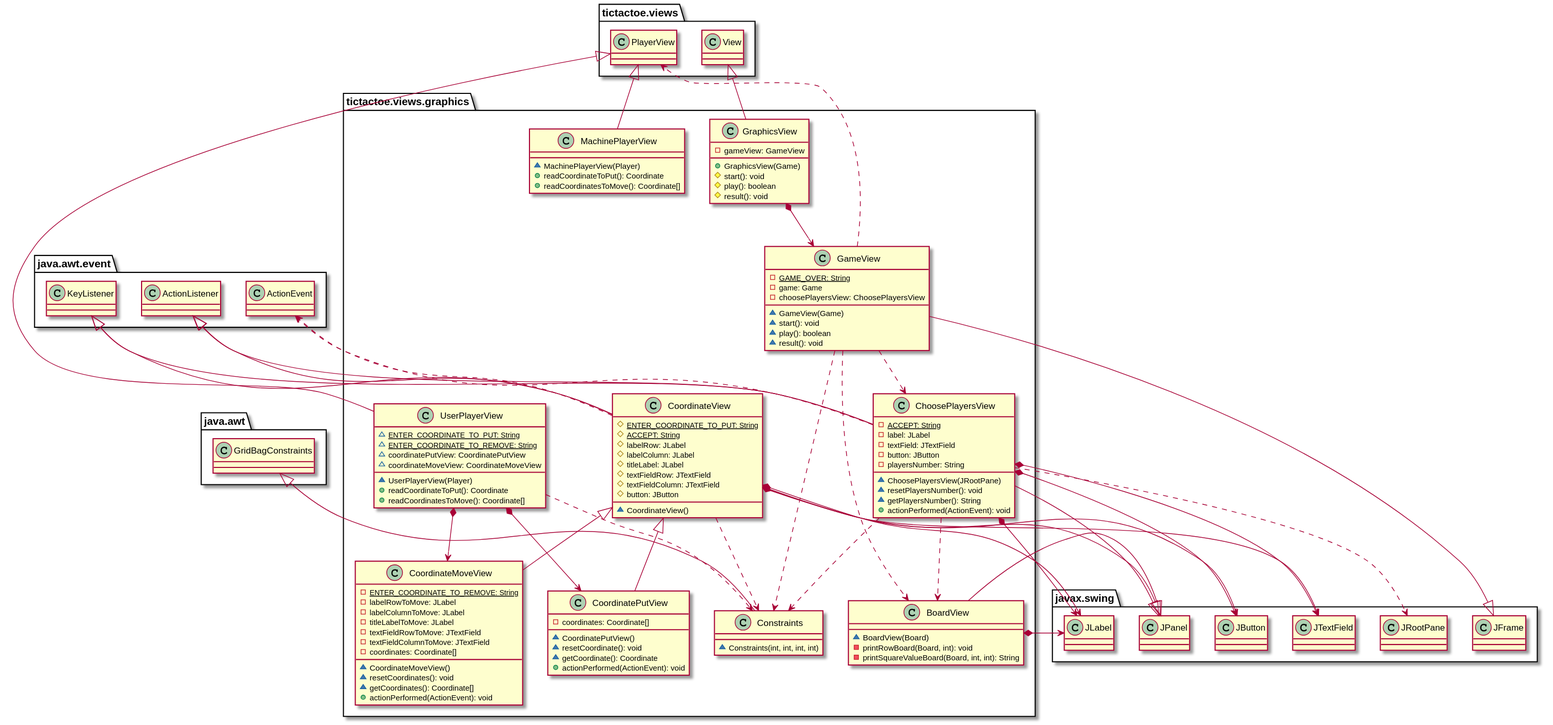
The PlantUML diagram docs/build/docs/asciidoc/images/tictactoeViewsGraphicsVersion3.svg in x-USantaTecla-game-ticTacToe/java, before a commit.
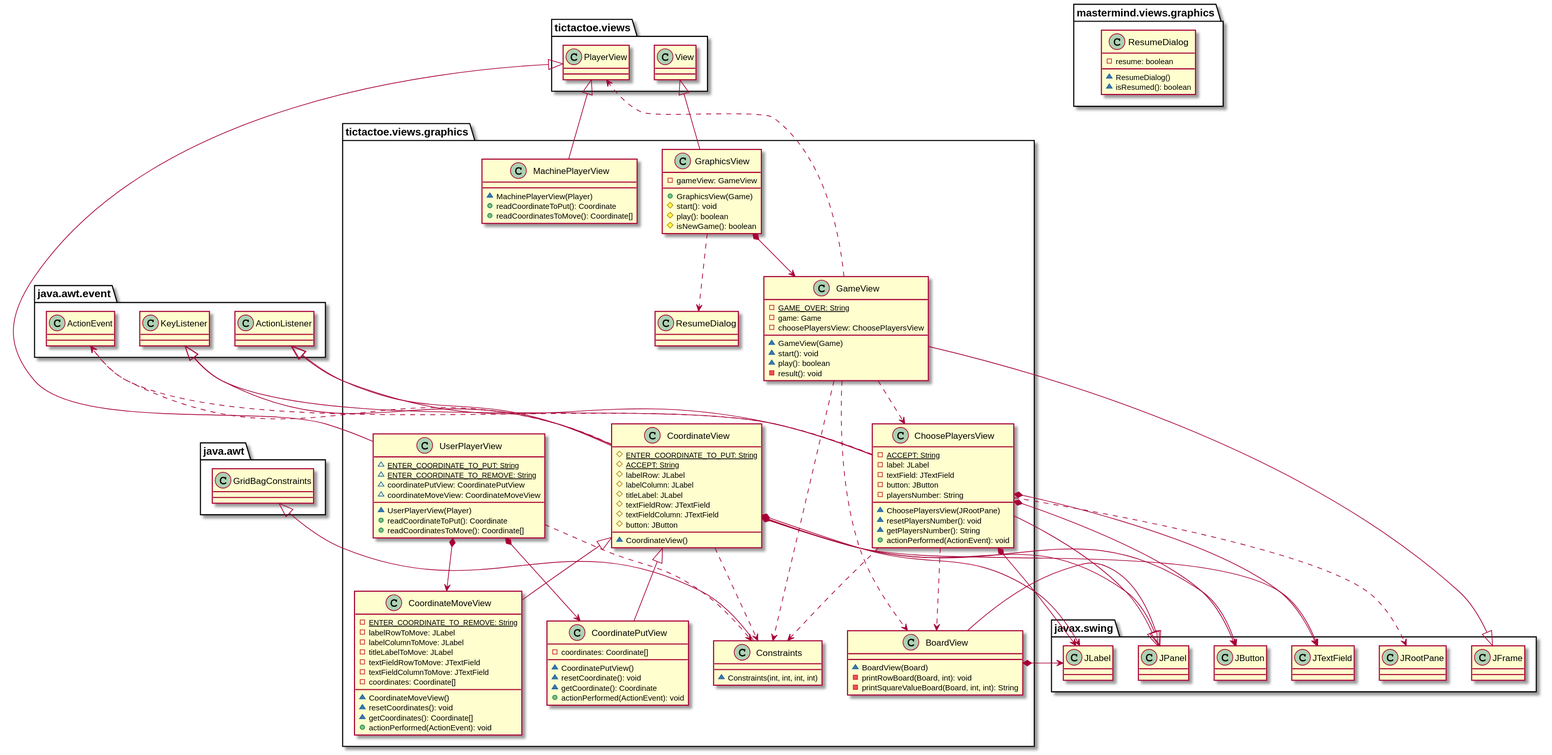
Later version of the same file.

What changed in the source:
```diff
@@ -86,7 +86,7 @@
 ~ GameView(Game)
 ~ start(): void
 ~ play(): boolean
-~ result(): void
+- result(): void
 }
 javax.swing.JFrame <|-down- tictactoe.views.graphics.GameView
 tictactoe.views.graphics.GameView ..> tictactoe.views.graphics.ChoosePlayersView
@@ -99,10 +99,11 @@
 + GraphicsView(Game)
 # start(): void
 # play(): boolean
-# result(): void
+# isNewGame(): boolean
 }
 tictactoe.views.View <|-down- tictactoe.views.graphics.GraphicsView
 tictactoe.views.graphics.GraphicsView *-down-> tictactoe.views.graphics.GameView
+tictactoe.views.graphics.GraphicsView ..> tictactoe.views.graphics.ResumeDialog
 
 class  tictactoe.views.graphics.MachinePlayerView{
 ~ MachinePlayerView(Player)
@@ -110,6 +111,12 @@
 + readCoordinatesToMove(): Coordinate[]
 }
 tictactoe.views.PlayerView <|-down- tictactoe.views.graphics.MachinePlayerView
+
+class  mastermind.views.graphics.ResumeDialog{
+- resume: boolean
+~ ResumeDialog()
+~ isResumed(): boolean
+}
 
 class  tictactoe.views.graphics.UserPlayerView{
 ~ {static} ENTER_COORDINATE_TO_PUT: String
```
